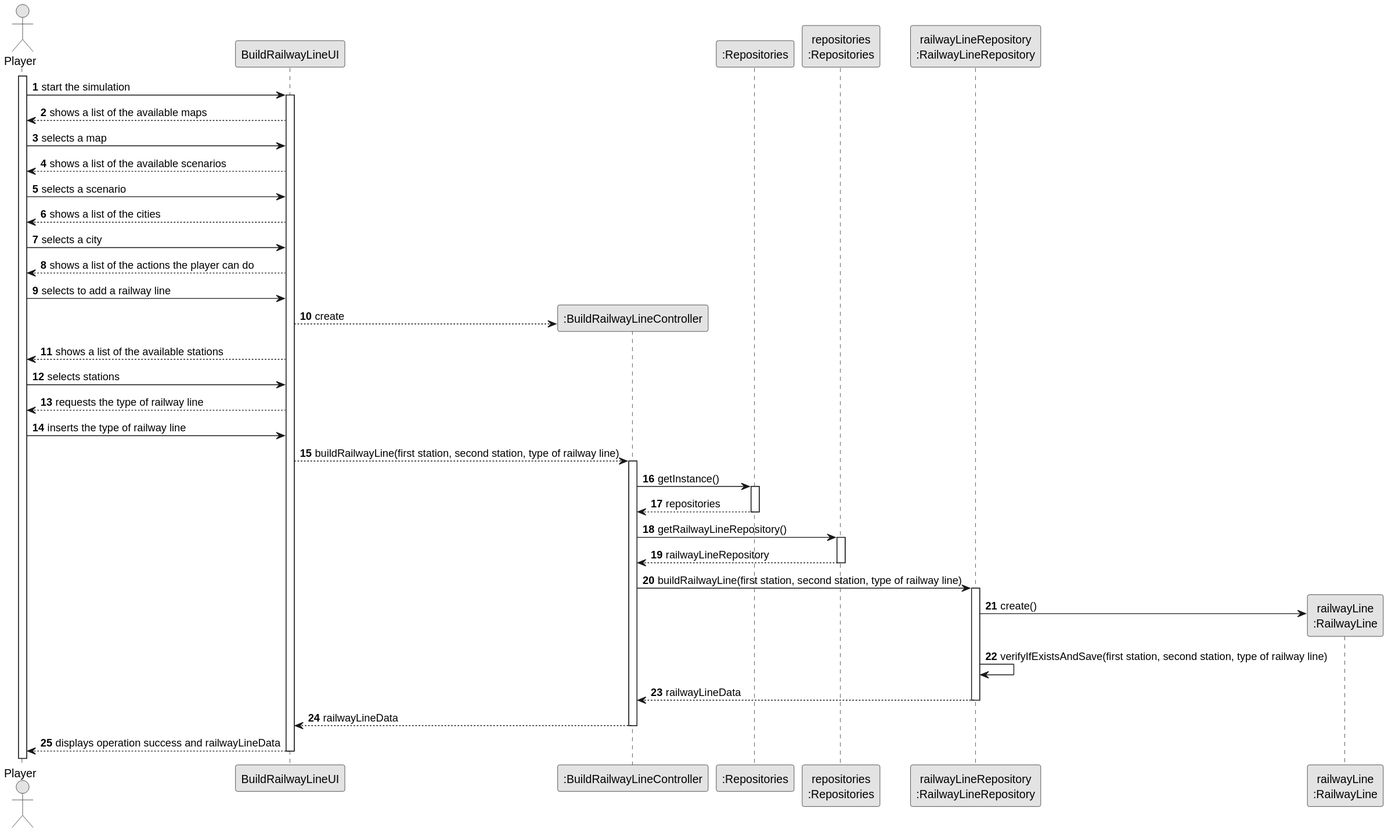
Before: docs/sprint2/us008/03.design/svg/us008-sequence-diagram-full.svg, a diagram exported from PlantUML (ivasduarte/all-aboard).
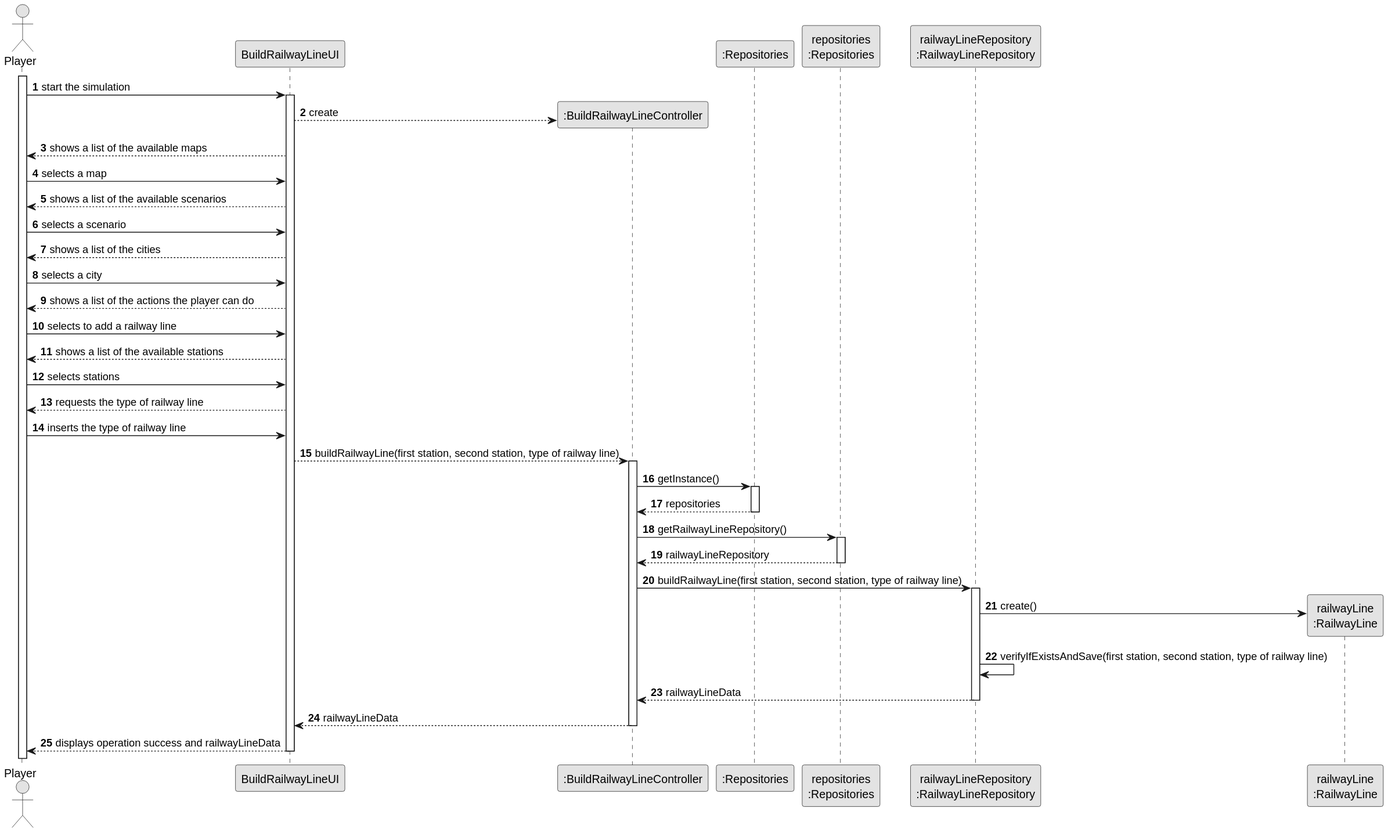
Later version of the same file.

Commit message:
US008(docs): Small correction of the SSD

What changed in the source:
```diff
@@ -13,6 +13,9 @@
 Editor -> UI : start the simulation
 activate UI
 
+create ":BuildRailwayLineController" as CTRL
+UI --> CTRL : create
+
 UI --> Editor : shows a list of the available maps
 Editor -> UI : selects a map
 UI --> Editor : shows a list of the available scenarios
@@ -21,9 +24,6 @@
 Editor -> UI : selects a city
 UI --> Editor : shows a list of the actions the player can do
 Editor -> UI : selects to add a railway line
-
-create ":BuildRailwayLineController" as CTRL
-UI --> CTRL : create
 
 participant ":Repositories" as RepositorySingleton
 participant "repositories\n:Repositories" as PLAT
```
